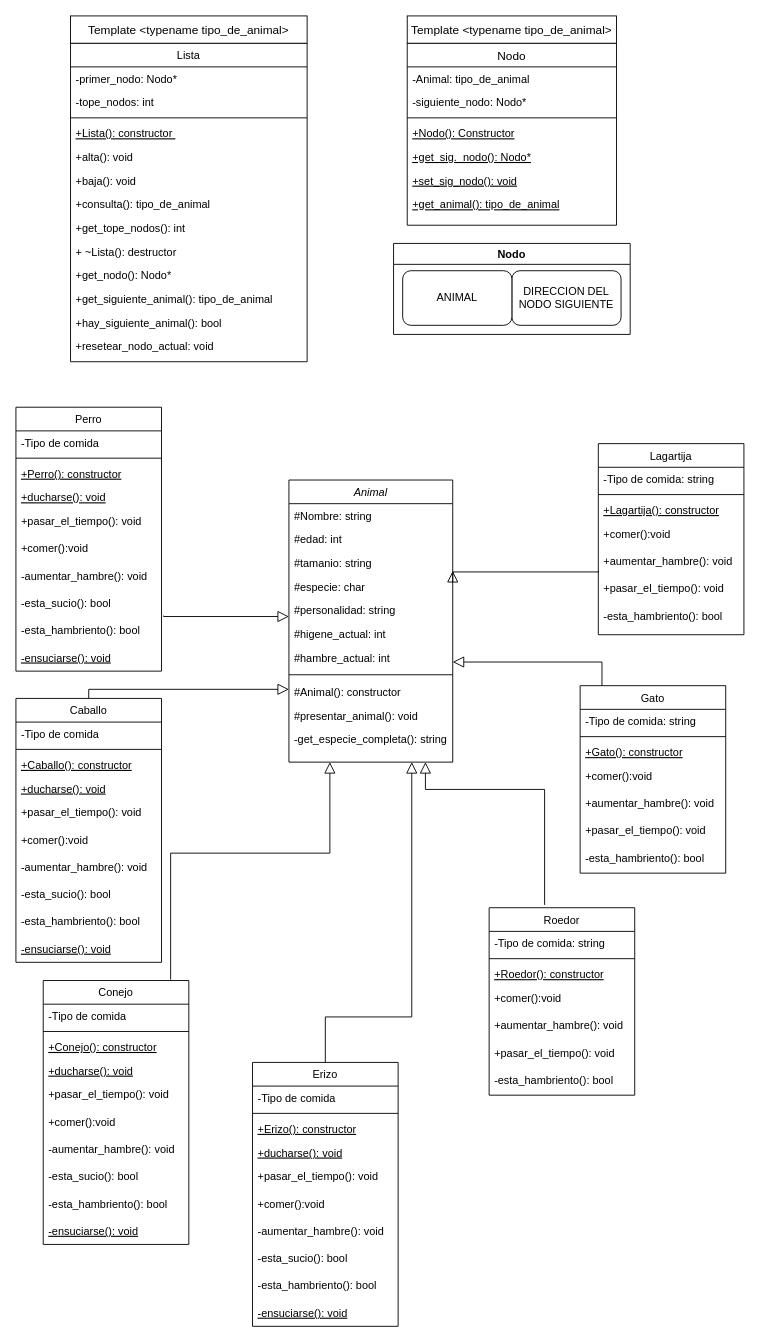
Before: tp2_clases.drawio in gmenendez0/reserva_soniada, a draw.io diagram. Source tidied: cells renumbered, new cells numbered last; positions are measured from the earlier drawing's top-left corner, leaving out a move shared by most shapes. Both pictures are drawn from the tidied source at 91%, with x=0, y=0 at pixel (15, 15).
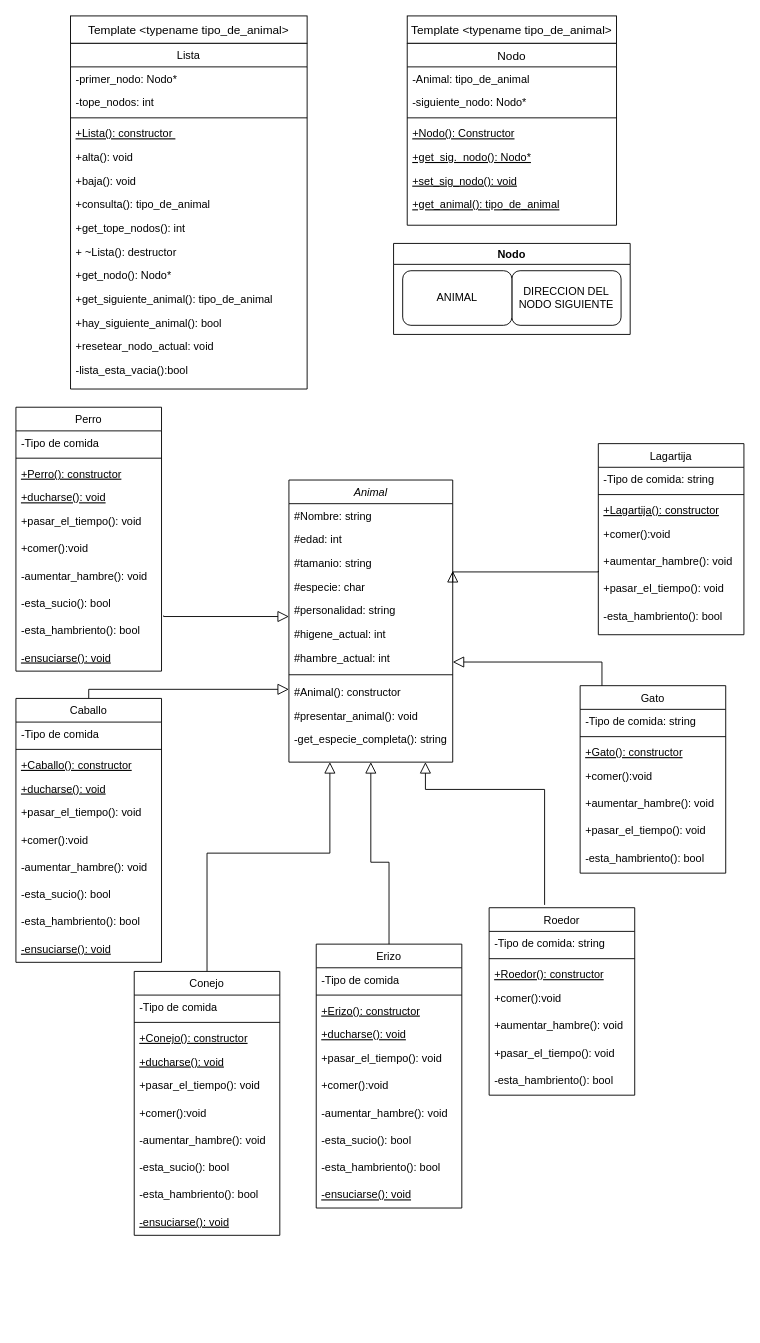
The same page after the edit.

Commit message (it also covers changes not shown here):
-Se crea una lista, se implementa el algoritmo de lectura de archivo y registro de animales dentro de la lista (archivo_controllers)

Unchanged cells that the change refers to:
```xml
<mxCell id="2" value="Animal" style="swimlane;fontStyle=2;align=center;verticalAlign=top;horizontal=1;startSize=26;rounded=0;shadow=0;strokeWidth=1;" parent="1" vertex="1">
  <mxGeometry x="300" y="510" width="180" height="310" as="geometry" />
</mxCell>
```

Diff of the diagram source:
```diff
@@
     <mxCell id="15" value="Erizo" style="swimlane;fontStyle=0;align=center;verticalAlign=top;horizontal=1;startSize=26;rounded=0;shadow=0;strokeWidth=1;" parent="1" vertex="1">
-      <mxGeometry x="260" y="1150" width="160" height="290" as="geometry" />
+      <mxGeometry x="330" y="1020" width="160" height="290" as="geometry" />
     </mxCell>
@@
-    <mxCell id="26" style="endArrow=block;endSize=10;endFill=0;shadow=0;strokeWidth=1;rounded=0;edgeStyle=elbowEdgeStyle;elbow=vertical;entryX=0.25;entryY=1;entryDx=0;entryDy=0;exitX=1;exitY=0.885;exitDx=0;exitDy=0;exitPerimeter=0;" parent="1" edge="1" target="2">
+    <mxCell id="26" style="endArrow=block;endSize=10;endFill=0;shadow=0;strokeWidth=1;rounded=0;edgeStyle=elbowEdgeStyle;elbow=vertical;entryX=0.25;entryY=1;entryDx=0;entryDy=0;exitX=0.5;exitY=0;exitDx=0;exitDy=0;" parent="1" edge="1" source="81" target="2">
       <mxGeometry relative="1" as="geometry">
-        <mxPoint x="170" y="1059" as="sourcePoint" />
         <Array as="points">
           <mxPoint x="250" y="920" />
           <mxPoint x="380" y="880" />
           <mxPoint x="170" y="910" />
         </Array>
       </mxGeometry>
     </mxCell>
-    <mxCell id="27" style="endArrow=block;endSize=10;endFill=0;shadow=0;strokeWidth=1;rounded=0;edgeStyle=elbowEdgeStyle;elbow=vertical;entryX=0.75;entryY=1;entryDx=0;entryDy=0;exitX=0.5;exitY=0;exitDx=0;exitDy=0;" parent="1" edge="1" source="15" target="2">
+    <mxCell id="27" style="endArrow=block;endSize=10;endFill=0;shadow=0;strokeWidth=1;rounded=0;edgeStyle=elbowEdgeStyle;elbow=vertical;exitX=0.5;exitY=0;exitDx=0;exitDy=0;entryX=0.5;entryY=1;entryDx=0;entryDy=0;" parent="1" edge="1" source="15" target="2">
       <mxGeometry relative="1" as="geometry">
         <Array as="points">
-          <mxPoint x="350" y="1100" />
-          <mxPoint x="191" y="1212" />
+          <mxPoint x="370" y="930" />
         </Array>
       </mxGeometry>
     </mxCell>
@@
     <mxCell id="67" value="Lista" style="swimlane;fontStyle=0;align=center;verticalAlign=top;horizontal=1;startSize=26;rounded=0;shadow=0;strokeWidth=1;" parent="1" vertex="1">
-      <mxGeometry x="60" y="30" width="260" height="350" as="geometry" />
+      <mxGeometry x="60" y="30" width="260" height="380" as="geometry" />
     </mxCell>
@@
+    <mxCell id="116" value="-lista_esta_vacia():bool" style="text;align=left;verticalAlign=top;spacingLeft=4;spacingRight=4;overflow=hidden;" parent="67" vertex="1">
+      <mxGeometry y="346" width="260" height="26" as="geometry" />
+    </mxCell>
     <mxCell id="81" value="Conejo" style="swimlane;fontStyle=0;align=center;verticalAlign=top;horizontal=1;startSize=26;rounded=0;shadow=0;strokeWidth=1;" parent="1" vertex="1">
-      <mxGeometry x="30" y="1060" width="160" height="290" as="geometry" />
+      <mxGeometry x="130" y="1050" width="160" height="290" as="geometry" />
     </mxCell>
```
